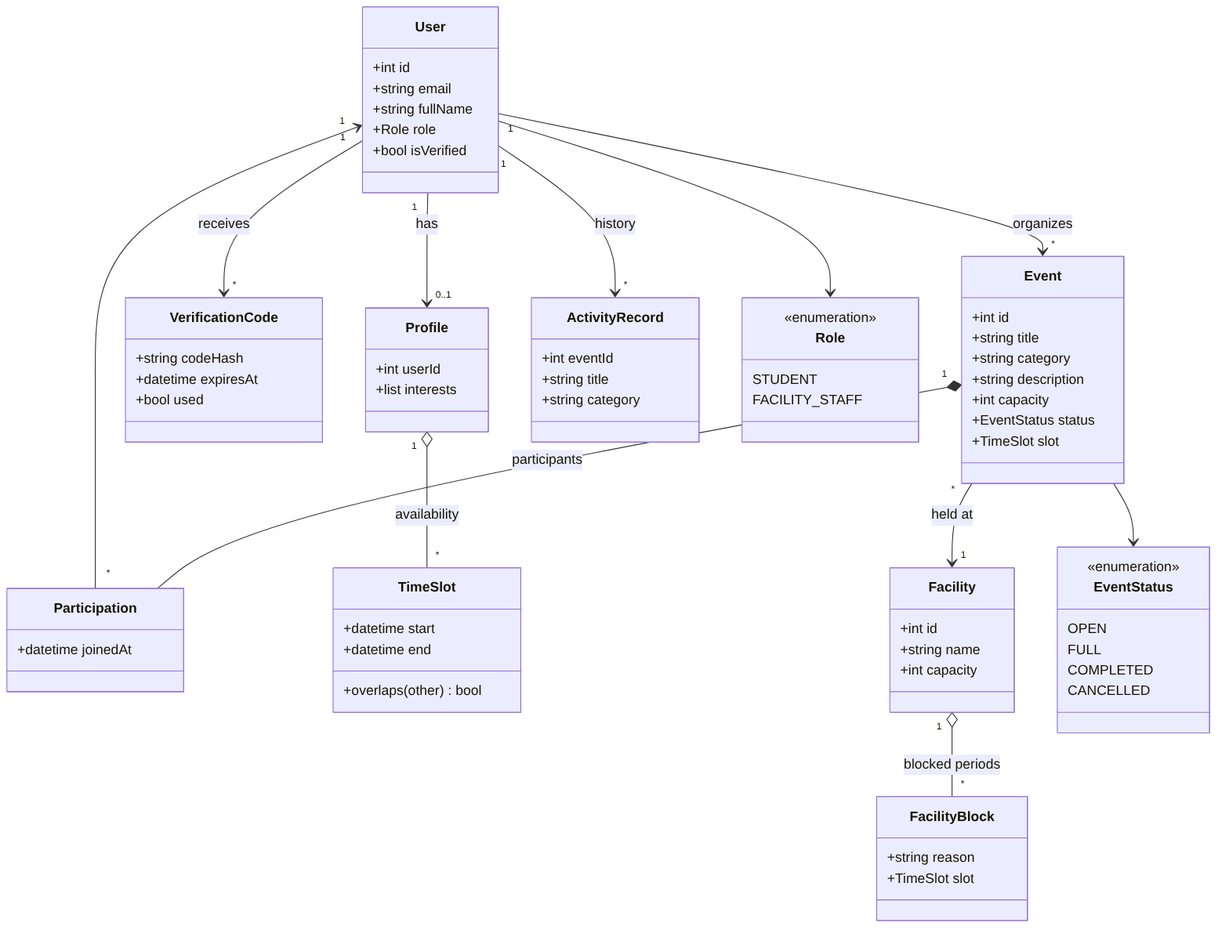
emir-heval-arda-harun/CMPE-331-project keeps this Mermaid diagram as docs/analysis/data/domain_class_model.png. Above is the earlier version. Its source is kept beside it as docs/analysis/data/domain_class_model.mmd. The source it was exported from:
```mermaid
classDiagram
    class User {
        +int id
        +string email
        +string fullName
        +Role role
        +bool isVerified
    }
    class Profile {
        +int userId
        +list interests
    }
    class VerificationCode {
        +string codeHash
        +datetime expiresAt
        +bool used
    }
    class Participation {
        +datetime joinedAt
    }
    class TimeSlot {
        +datetime start
        +datetime end
        +overlaps(other) bool
    }
    class Facility {
        +int id
        +string name
        +int capacity
    }
    class FacilityBlock {
        +string reason
        +TimeSlot slot
    }
    class Event {
        +int id
        +string title
        +string category
        +string description
        +int capacity
        +EventStatus status
        +TimeSlot slot
    }
    class ActivityRecord {
        +int eventId
        +string title
        +string category
    }
    class Role {
        <<enumeration>>
        STUDENT
        FACILITY_STAFF
    }
    class EventStatus {
        <<enumeration>>
        OPEN
        FULL
        COMPLETED
        CANCELLED
    }

    User "1" --> "0..1" Profile : has
    User --> Role
    User "1" --> "*" VerificationCode : receives
    Profile "1" o-- "*" TimeSlot : availability
    User "1" --> "*" Event : organizes
    Event "1" *-- "*" Participation : participants
    Participation "*" --> "1" User
    Event "*" --> "1" Facility : held at
    Event --> EventStatus
    Facility "1" o-- "*" FacilityBlock : blocked periods
    User "1" --> "*" ActivityRecord : history
```
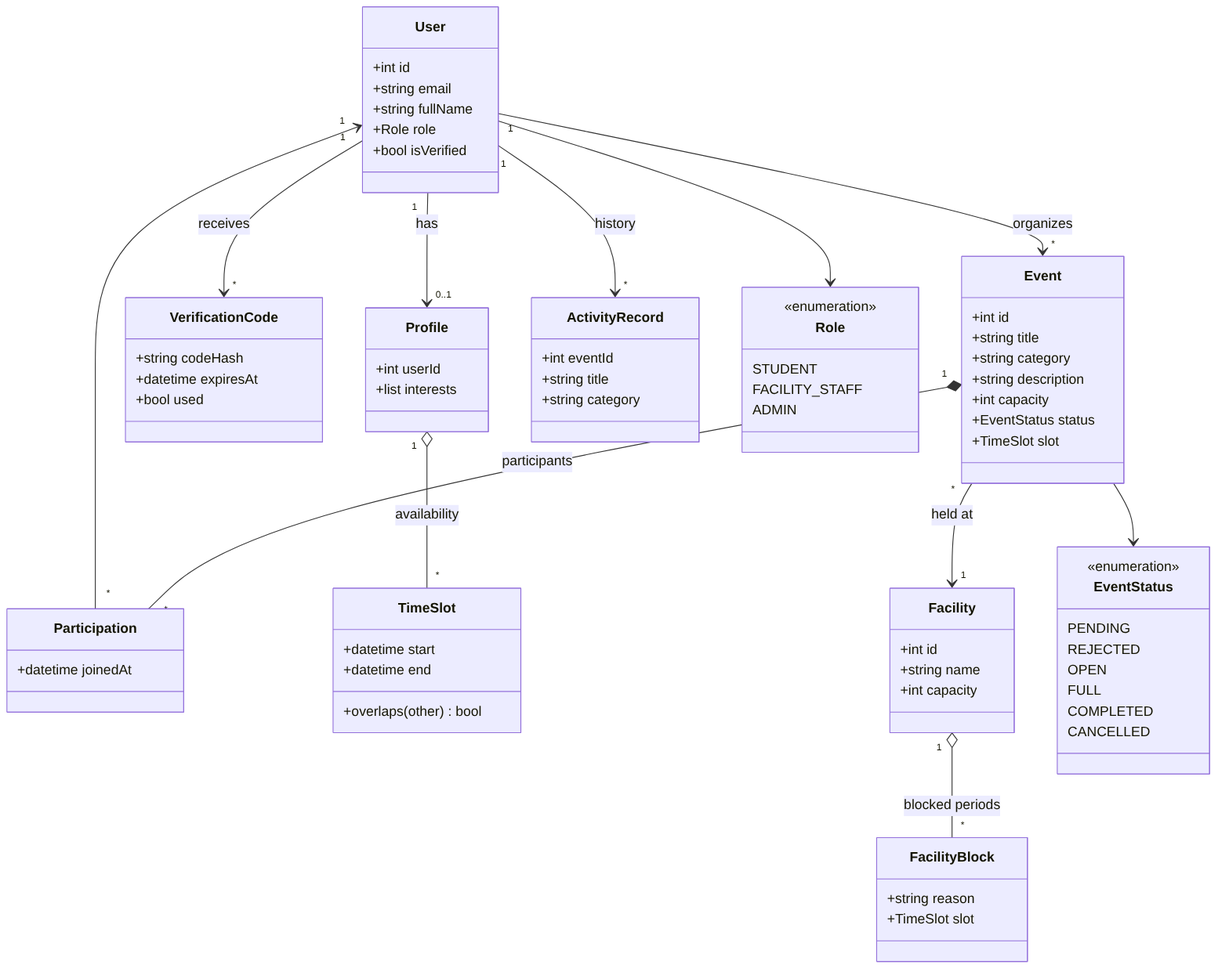
After the change.

What changed in the source:
```diff
@@ -50,9 +50,12 @@
         <<enumeration>>
         STUDENT
         FACILITY_STAFF
+        ADMIN
     }
     class EventStatus {
         <<enumeration>>
+        PENDING
+        REJECTED
         OPEN
         FULL
         COMPLETED
```
